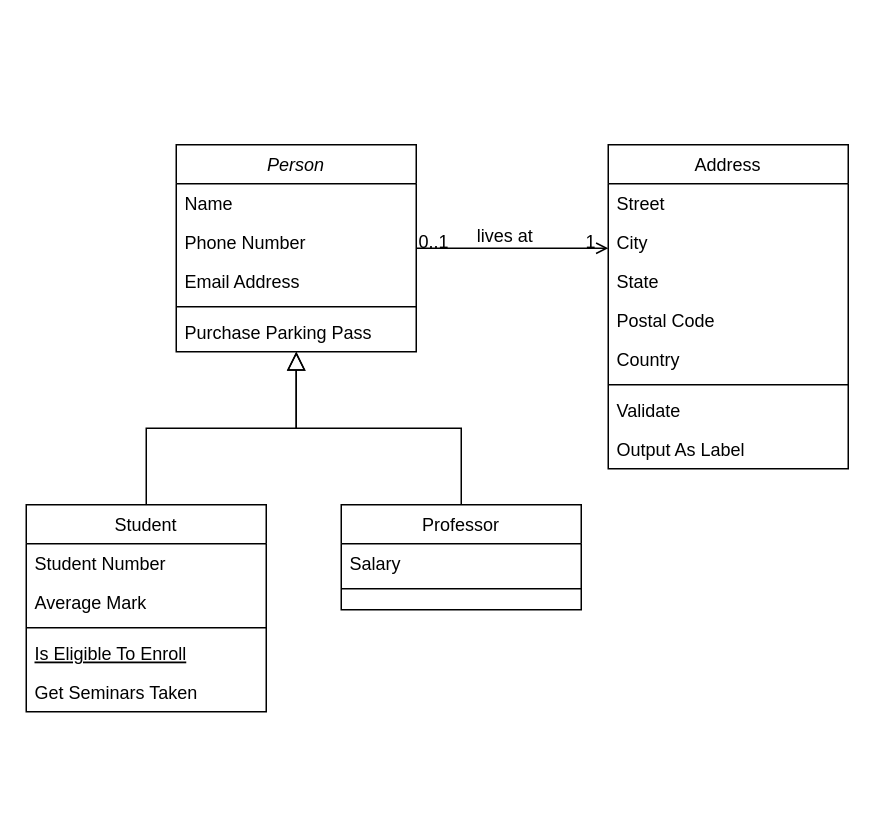
Before: Diagrama sem nome.drawio in sr-bauducco/EDD, a draw.io diagram. Source tidied: cells renumbered, new cells numbered last; positions are measured from the earlier drawing's top-left corner, leaving out a move shared by most shapes. Both pictures are drawn from the tidied source at 150%, with x=0, y=0 at pixel (26, 144).
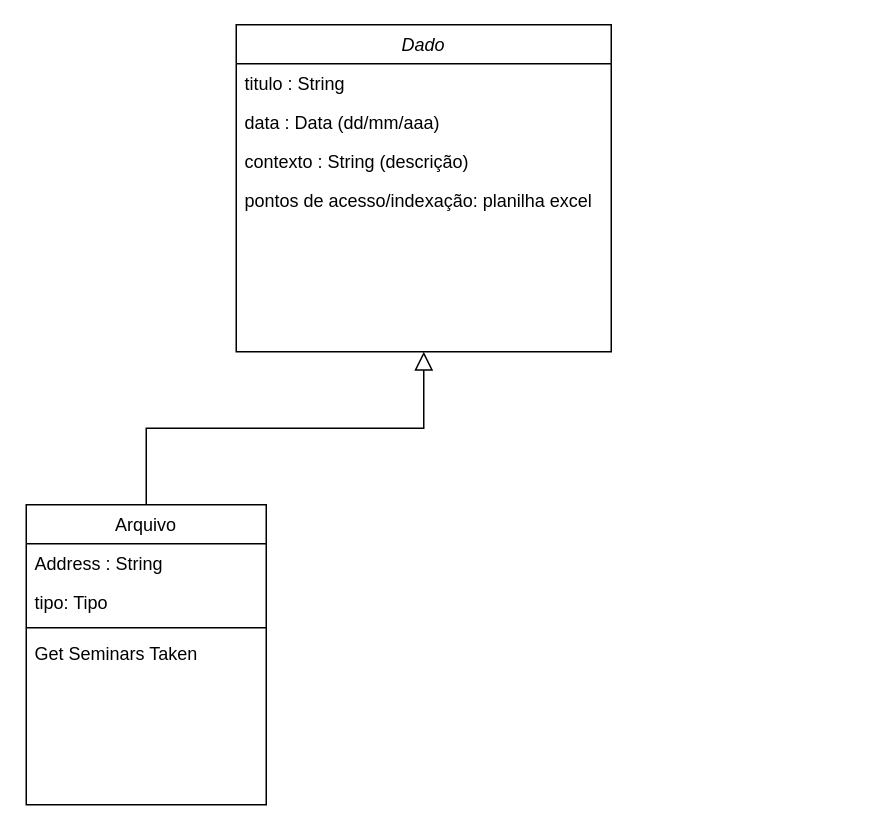
The same diagram, later.

Diff of the diagram source:
```diff
@@
-    <mxCell id="2" value="Person" style="swimlane;fontStyle=2;align=center;verticalAlign=top;horizontal=1;startSize=26;rounded=0;shadow=0;strokeWidth=1;" parent="1" vertex="1">
-      <mxGeometry x="100" width="160" height="138" as="geometry" />
+    <mxCell id="2" value="Dado&#10;" style="swimlane;fontStyle=2;align=center;verticalAlign=top;horizontal=1;startSize=26;rounded=0;shadow=0;strokeWidth=1;" parent="1" vertex="1">
+      <mxGeometry x="140" y="-80" width="250" height="218" as="geometry" />
     </mxCell>
-    <mxCell id="3" value="Name" style="text;align=left;verticalAlign=top;spacingLeft=4;spacingRight=4;overflow=hidden;" parent="2" vertex="1">
-      <mxGeometry y="26" width="160" height="26" as="geometry" />
+    <mxCell id="3" value="titulo : String" style="text;align=left;verticalAlign=top;spacingLeft=4;spacingRight=4;overflow=hidden;" parent="2" vertex="1">
+      <mxGeometry y="26" width="250" height="26" as="geometry" />
     </mxCell>
-    <mxCell id="4" value="Phone Number" style="text;align=left;verticalAlign=top;spacingLeft=4;spacingRight=4;overflow=hidden;rounded=0;shadow=0;html=0;" parent="2" vertex="1">
-      <mxGeometry y="52" width="160" height="26" as="geometry" />
+    <mxCell id="4" value="data : Data (dd/mm/aaa)" style="text;align=left;verticalAlign=top;spacingLeft=4;spacingRight=4;overflow=hidden;rounded=0;shadow=0;html=0;" parent="2" vertex="1">
+      <mxGeometry y="52" width="250" height="26" as="geometry" />
     </mxCell>
-    <mxCell id="5" value="Email Address" style="text;align=left;verticalAlign=top;spacingLeft=4;spacingRight=4;overflow=hidden;rounded=0;shadow=0;html=0;" parent="2" vertex="1">
-      <mxGeometry y="78" width="160" height="26" as="geometry" />
+    <mxCell id="5" value="contexto : String (descrição)" style="text;align=left;verticalAlign=top;spacingLeft=4;spacingRight=4;overflow=hidden;rounded=0;shadow=0;html=0;" parent="2" vertex="1">
+      <mxGeometry y="78" width="250" height="26" as="geometry" />
     </mxCell>
-    <mxCell id="6" style="line;html=1;strokeWidth=1;align=left;verticalAlign=middle;spacingTop=-1;spacingLeft=3;spacingRight=3;labelPosition=right;" parent="2" vertex="1">
-      <mxGeometry y="104" width="160" height="8" as="geometry" />
-    </mxCell>
-    <mxCell id="7" value="Purchase Parking Pass" style="text;align=left;verticalAlign=top;spacingLeft=4;spacingRight=4;overflow=hidden;" parent="2" vertex="1">
-      <mxGeometry y="112" width="160" height="26" as="geometry" />
+    <mxCell id="7" value="pontos de acesso/indexação: planilha excel&#10;" style="text;align=left;verticalAlign=top;spacingLeft=4;spacingRight=4;overflow=hidden;" parent="2" vertex="1">
+      <mxGeometry y="104" width="250" height="26" as="geometry" />
     </mxCell>
-    <mxCell id="8" value="Student" style="swimlane;fontStyle=0;align=center;verticalAlign=top;horizontal=1;startSize=26;rounded=0;shadow=0;strokeWidth=1;" parent="1" vertex="1">
-      <mxGeometry y="240" width="160" height="138" as="geometry" />
+    <mxCell id="8" value="Arquivo&#10;" style="swimlane;fontStyle=0;align=center;verticalAlign=top;horizontal=1;startSize=26;rounded=0;shadow=0;strokeWidth=1;" parent="1" vertex="1">
+      <mxGeometry y="240" width="160" height="200" as="geometry" />
     </mxCell>
-    <mxCell id="9" value="Student Number" style="text;align=left;verticalAlign=top;spacingLeft=4;spacingRight=4;overflow=hidden;" parent="8" vertex="1">
+    <mxCell id="9" value="Address : String" style="text;align=left;verticalAlign=top;spacingLeft=4;spacingRight=4;overflow=hidden;" parent="8" vertex="1">
       <mxGeometry y="26" width="160" height="26" as="geometry" />
     </mxCell>
-    <mxCell id="10" value="Average Mark" style="text;align=left;verticalAlign=top;spacingLeft=4;spacingRight=4;overflow=hidden;rounded=0;shadow=0;html=0;" parent="8" vertex="1">
+    <mxCell id="10" value="tipo: Tipo&#10;" style="text;align=left;verticalAlign=top;spacingLeft=4;spacingRight=4;overflow=hidden;rounded=0;shadow=0;html=0;" parent="8" vertex="1">
       <mxGeometry y="52" width="160" height="26" as="geometry" />
     </mxCell>
@@
-    <mxCell id="12" value="Is Eligible To Enroll" style="text;align=left;verticalAlign=top;spacingLeft=4;spacingRight=4;overflow=hidden;fontStyle=4;" parent="8" vertex="1">
-      <mxGeometry y="86" width="160" height="26" as="geometry" />
-    </mxCell>
     <mxCell id="13" value="Get Seminars Taken" style="text;align=left;verticalAlign=top;spacingLeft=4;spacingRight=4;overflow=hidden;" parent="8" vertex="1">
-      <mxGeometry y="112" width="160" height="26" as="geometry" />
+      <mxGeometry y="86" width="160" height="26" as="geometry" />
     </mxCell>
@@
-    <mxCell id="15" value="Professor" style="swimlane;fontStyle=0;align=center;verticalAlign=top;horizontal=1;startSize=26;rounded=0;shadow=0;strokeWidth=1;" parent="1" vertex="1">
-      <mxGeometry x="210" y="240" width="160" height="70" as="geometry" />
-    </mxCell>
-    <mxCell id="16" value="Salary" style="text;align=left;verticalAlign=top;spacingLeft=4;spacingRight=4;overflow=hidden;" parent="15" vertex="1">
-      <mxGeometry y="26" width="160" height="26" as="geometry" />
-    </mxCell>
-    <mxCell id="17" style="line;html=1;strokeWidth=1;align=left;verticalAlign=middle;spacingTop=-1;spacingLeft=3;spacingRight=3;labelPosition=right;" parent="15" vertex="1">
-      <mxGeometry y="52" width="160" height="8" as="geometry" />
-    </mxCell>
-    <mxCell id="18" style="endArrow=block;endSize=10;endFill=0;shadow=0;strokeWidth=1;rounded=0;curved=0;edgeStyle=elbowEdgeStyle;elbow=vertical;" parent="1" edge="1" source="15" target="2">
-      <mxGeometry relative="1" as="geometry" />
-    </mxCell>
-    <mxCell id="19" value="Address" style="swimlane;fontStyle=0;align=center;verticalAlign=top;horizontal=1;startSize=26;rounded=0;shadow=0;strokeWidth=1;" parent="1" vertex="1">
-      <mxGeometry x="388" width="160" height="216" as="geometry" />
-    </mxCell>
-    <mxCell id="20" value="Street" style="text;align=left;verticalAlign=top;spacingLeft=4;spacingRight=4;overflow=hidden;" parent="19" vertex="1">
-      <mxGeometry y="26" width="160" height="26" as="geometry" />
-    </mxCell>
-    <mxCell id="21" value="City" style="text;align=left;verticalAlign=top;spacingLeft=4;spacingRight=4;overflow=hidden;rounded=0;shadow=0;html=0;" parent="19" vertex="1">
-      <mxGeometry y="52" width="160" height="26" as="geometry" />
-    </mxCell>
-    <mxCell id="22" value="State" style="text;align=left;verticalAlign=top;spacingLeft=4;spacingRight=4;overflow=hidden;rounded=0;shadow=0;html=0;" parent="19" vertex="1">
-      <mxGeometry y="78" width="160" height="26" as="geometry" />
-    </mxCell>
-    <mxCell id="23" value="Postal Code" style="text;align=left;verticalAlign=top;spacingLeft=4;spacingRight=4;overflow=hidden;rounded=0;shadow=0;html=0;" parent="19" vertex="1">
-      <mxGeometry y="104" width="160" height="26" as="geometry" />
-    </mxCell>
-    <mxCell id="24" value="Country" style="text;align=left;verticalAlign=top;spacingLeft=4;spacingRight=4;overflow=hidden;rounded=0;shadow=0;html=0;" parent="19" vertex="1">
-      <mxGeometry y="130" width="160" height="26" as="geometry" />
-    </mxCell>
-    <mxCell id="25" style="line;html=1;strokeWidth=1;align=left;verticalAlign=middle;spacingTop=-1;spacingLeft=3;spacingRight=3;labelPosition=right;" parent="19" vertex="1">
-      <mxGeometry y="156" width="160" height="8" as="geometry" />
-    </mxCell>
-    <mxCell id="26" value="Validate" style="text;align=left;verticalAlign=top;spacingLeft=4;spacingRight=4;overflow=hidden;" parent="19" vertex="1">
-      <mxGeometry y="164" width="160" height="26" as="geometry" />
-    </mxCell>
-    <mxCell id="27" value="Output As Label" style="text;align=left;verticalAlign=top;spacingLeft=4;spacingRight=4;overflow=hidden;" parent="19" vertex="1">
-      <mxGeometry y="190" width="160" height="26" as="geometry" />
-    </mxCell>
-    <mxCell id="28" style="endArrow=open;shadow=0;strokeWidth=1;rounded=0;curved=0;endFill=1;edgeStyle=elbowEdgeStyle;elbow=vertical;" parent="1" edge="1" source="2" target="19">
-      <mxGeometry x="0.5" y="41" relative="1" as="geometry">
-        <mxPoint x="-40" y="32" as="offset" />
-      </mxGeometry>
-    </mxCell>
-    <mxCell id="29" value="0..1" style="align=left;verticalAlign=bottom;labelBackgroundColor=none;fontSize=12;" parent="28" vertex="1">
-      <mxGeometry x="-1" relative="1" as="geometry">
-        <mxPoint y="4" as="offset" />
-      </mxGeometry>
-    </mxCell>
-    <mxCell id="30" value="1" style="align=right;verticalAlign=bottom;labelBackgroundColor=none;fontSize=12;" parent="28" vertex="1">
-      <mxGeometry x="1" relative="1" as="geometry">
-        <mxPoint x="-7" y="4" as="offset" />
-      </mxGeometry>
-    </mxCell>
-    <mxCell id="31" value="lives at" style="text;html=1;align=center;verticalAlign=middle;labelBackgroundColor=none;rounded=0;shadow=0;strokeWidth=1;fontSize=12;" parent="28" vertex="1">
-      <mxGeometry x="0.5" y="49" relative="1" as="geometry">
-        <mxPoint x="-38" y="40" as="offset" />
-      </mxGeometry>
-    </mxCell>
```
